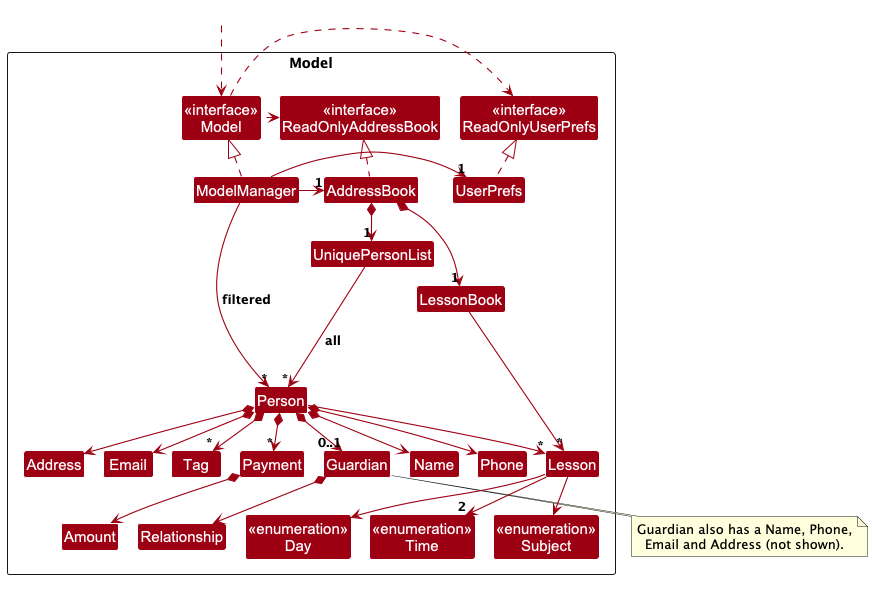
AY2627S1-CS2103T-F10-3/tp keeps this PlantUML diagram as docs/images/ModelClassDiagram.png. Above is the earlier version. Its source is kept beside it as docs/diagrams/ModelClassDiagram.puml. Source of this version:
```plantuml
@startuml
!include style.puml
skinparam arrowThickness 1.1
skinparam arrowColor MODEL_COLOR
skinparam classBackgroundColor MODEL_COLOR
skinparam nodesep 40
skinparam ranksep 60

Package Model as ModelPackage <<Rectangle>>{
Class "<<interface>>\nReadOnlyAddressBook" as ReadOnlyAddressBook
Class "<<interface>>\nReadOnlyUserPrefs" as ReadOnlyUserPrefs
Class "<<interface>>\nModel" as Model
Class AddressBook
Class ModelManager
Class UserPrefs

Class UniquePersonList
Class Person
Class Address
Class Email
Class Name
Class Phone
Class Tag

Class Guardian
Class Relationship

Class LessonBook
Class Lesson
Class "<<enumeration>>\nSubject" as Subject
Class "<<enumeration>>\nDay" as Day
Class "<<enumeration>>\nTime" as Time

Class Payment
Class Amount

Class I #FFFFFF
}

Class HiddenOutside #FFFFFF
HiddenOutside ..> Model

AddressBook .up.|> ReadOnlyAddressBook

ModelManager .up.|> Model
Model .right.> ReadOnlyUserPrefs
Model .left.> ReadOnlyAddressBook
ModelManager -left-> "1" AddressBook
ModelManager -right-> "1" UserPrefs
UserPrefs .up.|> ReadOnlyUserPrefs

AddressBook *--> "1" UniquePersonList
AddressBook *--> "1" LessonBook
UniquePersonList --> "*" Person : all >
LessonBook --> "*" Lesson

Person *--> Name
Person *--> Phone
Person *--> Email
Person *--> Address
Person *--> "*" Tag
Person *--> "0..1" Guardian
Person --> "*" Lesson
Person *--> "*" Payment

Guardian *--> Relationship
note bottom of Guardian
  Guardian also has a Name, Phone,
  Email and Address (not shown).
end note

Lesson --> Subject
Lesson --> Day
Lesson --> "2" Time

Payment *--> Amount

Person -[hidden]up--> I
UniquePersonList -[hidden]right-> I

Name -[hidden]right-> Phone
Phone -[hidden]right-> Address
Address -[hidden]right-> Email

ModelManager --> "*" Person : filtered >
@enduml
```
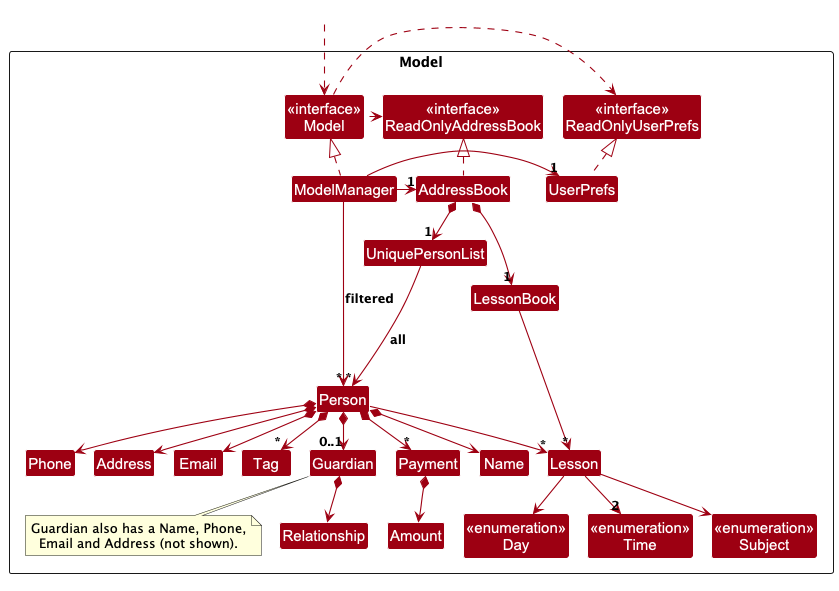
The same file after the commit.

Commit message:
Keep Guardian note inside model diagram box

What changed in the source:
```diff
@@ -35,6 +35,8 @@
 Class Amount
 
 Class I #FFFFFF
+
+note "Guardian also has a Name, Phone,\nEmail and Address (not shown)." as GuardianNote
 }
 
 Class HiddenOutside #FFFFFF
@@ -64,10 +66,7 @@
 Person *--> "*" Payment
 
 Guardian *--> Relationship
-note bottom of Guardian
-  Guardian also has a Name, Phone,
-  Email and Address (not shown).
-end note
+Guardian .. GuardianNote
 
 Lesson --> Subject
 Lesson --> Day
```
